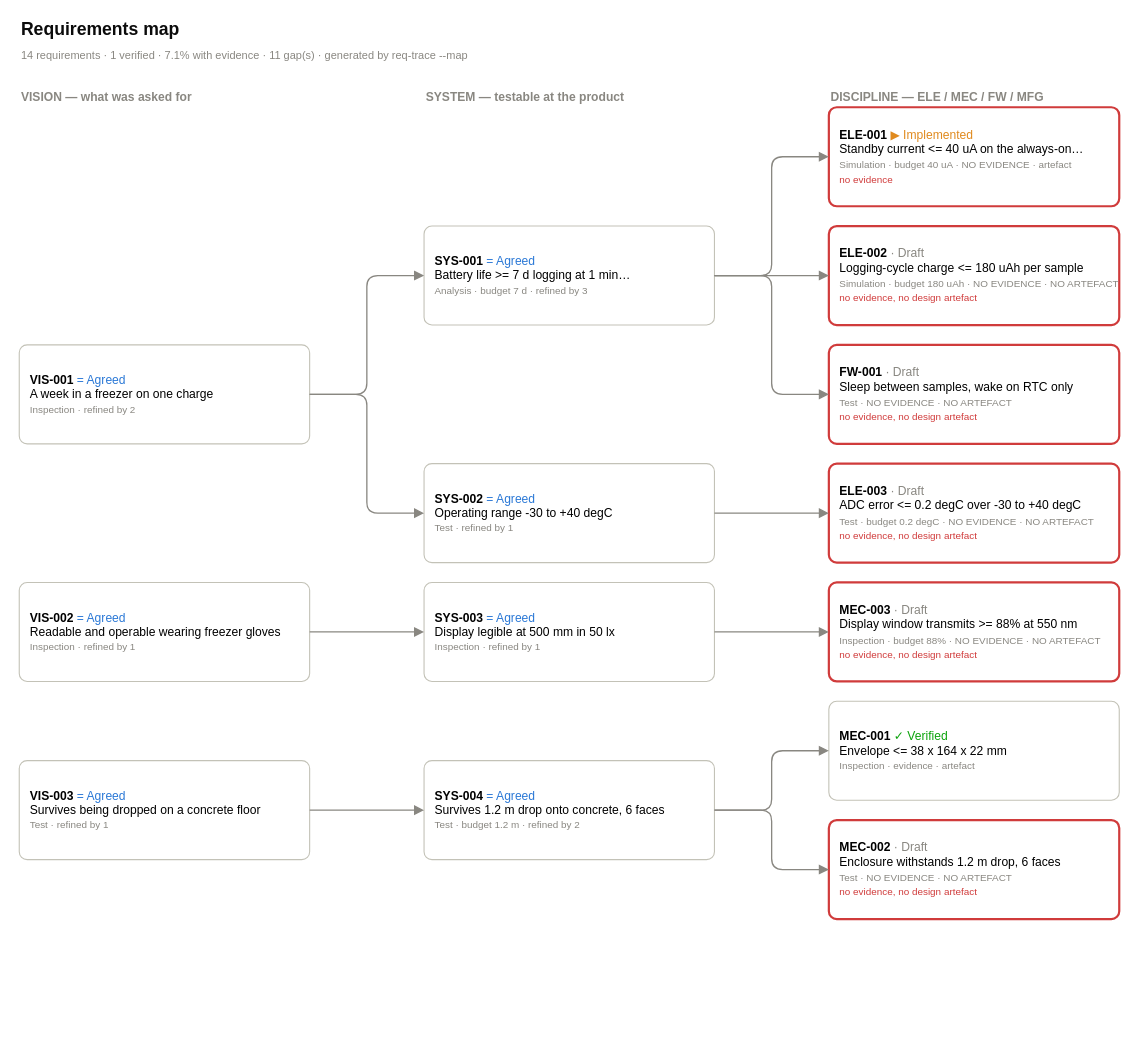
Earlier version of the draw.io diagram examples/thermal-probe/docs/design/requirements-map.drawio (Harwasch/MakeHardware). Source tidied: cells renumbered, new cells numbered last; positions are measured from the earlier drawing's top-left corner, leaving out a move shared by most shapes. Both pictures are drawn from the tidied source at 110%, with x=0, y=0 at pixel (19, 19).
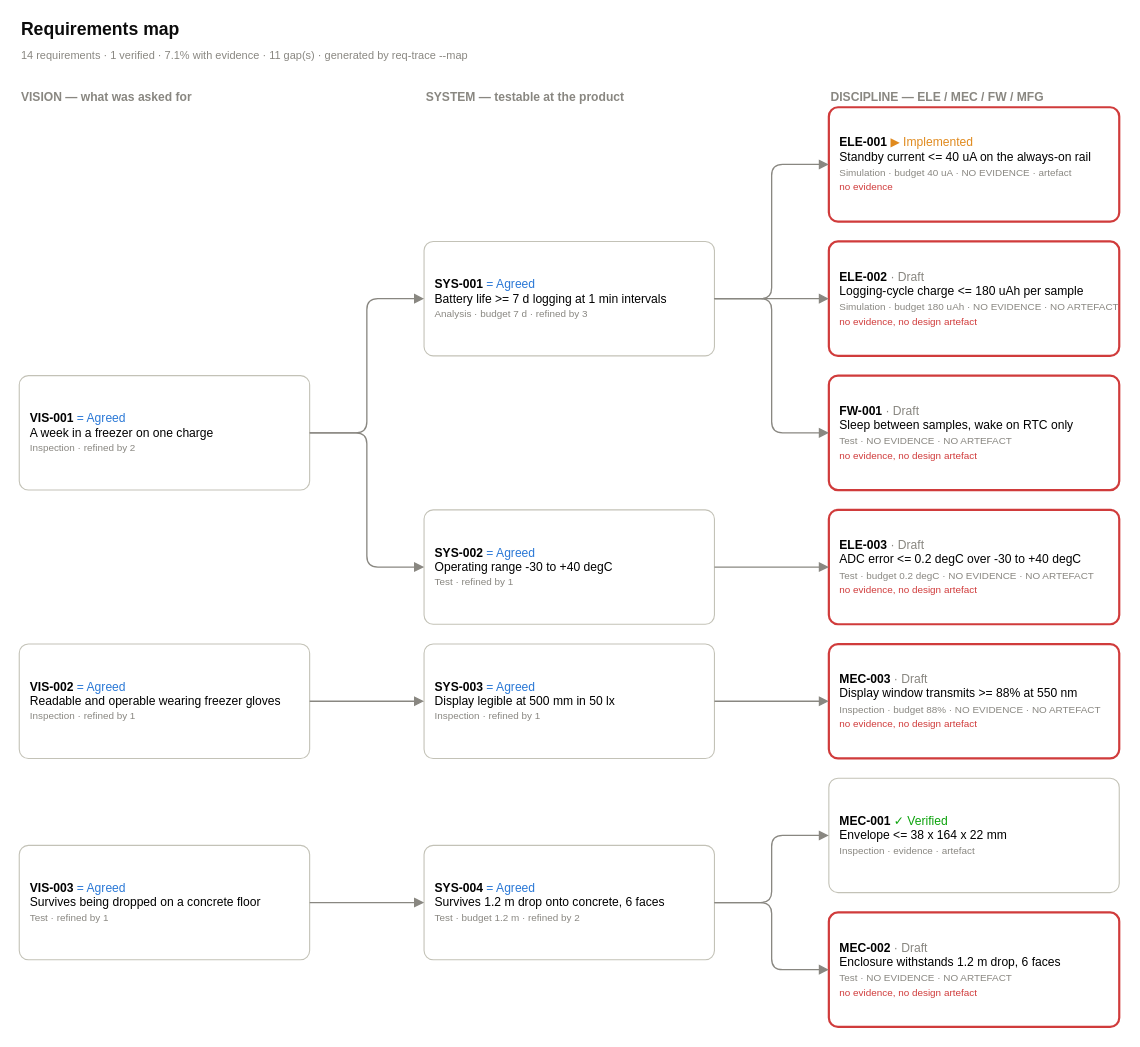
The same page after the edit.

What changed in the source:
```diff
@@
     <mxCell id="7" value="&lt;b&gt;VIS-001&lt;/b&gt;  &lt;font color=&quot;#2a78d6&quot;&gt;= Agreed&lt;/font&gt;&lt;br/&gt;A week in a freezer on one charge&lt;br/&gt;&lt;font color=&quot;#898781&quot; style=&quot;font-size:9px&quot;&gt;Inspection · refined by 2&lt;/font&gt;" style="rounded=1;whiteSpace=wrap;html=1;fillColor=#ffffff;strokeColor=#c3c2b7;strokeWidth=1;align=left;spacingLeft=8;verticalAlign=middle;fontSize=11;arcSize=8;" parent="1" vertex="1">
-      <mxGeometry y="296" width="264" height="90" as="geometry" />
+      <mxGeometry y="324" width="264" height="104" as="geometry" />
     </mxCell>
     <mxCell id="8" value="&lt;b&gt;VIS-002&lt;/b&gt;  &lt;font color=&quot;#2a78d6&quot;&gt;= Agreed&lt;/font&gt;&lt;br/&gt;Readable and operable wearing freezer gloves&lt;br/&gt;&lt;font color=&quot;#898781&quot; style=&quot;font-size:9px&quot;&gt;Inspection · refined by 1&lt;/font&gt;" style="rounded=1;whiteSpace=wrap;html=1;fillColor=#ffffff;strokeColor=#c3c2b7;strokeWidth=1;align=left;spacingLeft=8;verticalAlign=middle;fontSize=11;arcSize=8;" parent="1" vertex="1">
-      <mxGeometry y="512" width="264" height="90" as="geometry" />
+      <mxGeometry y="568" width="264" height="104" as="geometry" />
     </mxCell>
     <mxCell id="9" value="&lt;b&gt;VIS-003&lt;/b&gt;  &lt;font color=&quot;#2a78d6&quot;&gt;= Agreed&lt;/font&gt;&lt;br/&gt;Survives being dropped on a concrete floor&lt;br/&gt;&lt;font color=&quot;#898781&quot; style=&quot;font-size:9px&quot;&gt;Test · refined by 1&lt;/font&gt;" style="rounded=1;whiteSpace=wrap;html=1;fillColor=#ffffff;strokeColor=#c3c2b7;strokeWidth=1;align=left;spacingLeft=8;verticalAlign=middle;fontSize=11;arcSize=8;" parent="1" vertex="1">
-      <mxGeometry y="674" width="264" height="90" as="geometry" />
+      <mxGeometry y="751" width="264" height="104" as="geometry" />
     </mxCell>
-    <mxCell id="10" value="&lt;b&gt;SYS-001&lt;/b&gt;  &lt;font color=&quot;#2a78d6&quot;&gt;= Agreed&lt;/font&gt;&lt;br/&gt;Battery life &amp;gt;= 7 d logging at 1 min…&lt;br/&gt;&lt;font color=&quot;#898781&quot; style=&quot;font-size:9px&quot;&gt;Analysis · budget 7 d · refined by 3&lt;/font&gt;" style="rounded=1;whiteSpace=wrap;html=1;fillColor=#ffffff;strokeColor=#c3c2b7;strokeWidth=1;align=left;spacingLeft=8;verticalAlign=middle;fontSize=11;arcSize=8;" parent="1" vertex="1">
-      <mxGeometry x="368" y="188" width="264" height="90" as="geometry" />
+    <mxCell id="10" value="&lt;b&gt;SYS-001&lt;/b&gt;  &lt;font color=&quot;#2a78d6&quot;&gt;= Agreed&lt;/font&gt;&lt;br/&gt;Battery life &amp;gt;= 7 d logging at 1 min intervals&lt;br/&gt;&lt;font color=&quot;#898781&quot; style=&quot;font-size:9px&quot;&gt;Analysis · budget 7 d · refined by 3&lt;/font&gt;" style="rounded=1;whiteSpace=wrap;html=1;fillColor=#ffffff;strokeColor=#c3c2b7;strokeWidth=1;align=left;spacingLeft=8;verticalAlign=middle;fontSize=11;arcSize=8;" parent="1" vertex="1">
+      <mxGeometry x="368" y="202" width="264" height="104" as="geometry" />
     </mxCell>
     <mxCell id="11" value="&lt;b&gt;SYS-002&lt;/b&gt;  &lt;font color=&quot;#2a78d6&quot;&gt;= Agreed&lt;/font&gt;&lt;br/&gt;Operating range -30 to +40 degC&lt;br/&gt;&lt;font color=&quot;#898781&quot; style=&quot;font-size:9px&quot;&gt;Test · refined by 1&lt;/font&gt;" style="rounded=1;whiteSpace=wrap;html=1;fillColor=#ffffff;strokeColor=#c3c2b7;strokeWidth=1;align=left;spacingLeft=8;verticalAlign=middle;fontSize=11;arcSize=8;" parent="1" vertex="1">
-      <mxGeometry x="368" y="404" width="264" height="90" as="geometry" />
+      <mxGeometry x="368" y="446" width="264" height="104" as="geometry" />
     </mxCell>
     <mxCell id="12" value="&lt;b&gt;SYS-003&lt;/b&gt;  &lt;font color=&quot;#2a78d6&quot;&gt;= Agreed&lt;/font&gt;&lt;br/&gt;Display legible at 500 mm in 50 lx&lt;br/&gt;&lt;font color=&quot;#898781&quot; style=&quot;font-size:9px&quot;&gt;Inspection · refined by 1&lt;/font&gt;" style="rounded=1;whiteSpace=wrap;html=1;fillColor=#ffffff;strokeColor=#c3c2b7;strokeWidth=1;align=left;spacingLeft=8;verticalAlign=middle;fontSize=11;arcSize=8;" parent="1" vertex="1">
-      <mxGeometry x="368" y="512" width="264" height="90" as="geometry" />
+      <mxGeometry x="368" y="568" width="264" height="104" as="geometry" />
     </mxCell>
     <mxCell id="13" value="&lt;b&gt;SYS-004&lt;/b&gt;  &lt;font color=&quot;#2a78d6&quot;&gt;= Agreed&lt;/font&gt;&lt;br/&gt;Survives 1.2 m drop onto concrete, 6 faces&lt;br/&gt;&lt;font color=&quot;#898781&quot; style=&quot;font-size:9px&quot;&gt;Test · budget 1.2 m · refined by 2&lt;/font&gt;" style="rounded=1;whiteSpace=wrap;html=1;fillColor=#ffffff;strokeColor=#c3c2b7;strokeWidth=1;align=left;spacingLeft=8;verticalAlign=middle;fontSize=11;arcSize=8;" parent="1" vertex="1">
-      <mxGeometry x="368" y="674" width="264" height="90" as="geometry" />
+      <mxGeometry x="368" y="751" width="264" height="104" as="geometry" />
     </mxCell>
-    <mxCell id="14" value="&lt;b&gt;ELE-001&lt;/b&gt;  &lt;font color=&quot;#e08a1e&quot;&gt;▶ Implemented&lt;/font&gt;&lt;br/&gt;Standby current &amp;lt;= 40 uA on the always-on…&lt;br/&gt;&lt;font color=&quot;#898781&quot; style=&quot;font-size:9px&quot;&gt;Simulation · budget 40 uA · NO EVIDENCE · artefact&lt;/font&gt;&lt;br/&gt;&lt;font color=&quot;#d03b3b&quot; style=&quot;font-size:9px&quot;&gt;no evidence&lt;/font&gt;" style="rounded=1;whiteSpace=wrap;html=1;fillColor=#ffffff;strokeColor=#d03b3b;strokeWidth=2;align=left;spacingLeft=8;verticalAlign=middle;fontSize=11;arcSize=8;" parent="1" vertex="1">
-      <mxGeometry x="736" y="80" width="264" height="90" as="geometry" />
+    <mxCell id="14" value="&lt;b&gt;ELE-001&lt;/b&gt;  &lt;font color=&quot;#e08a1e&quot;&gt;▶ Implemented&lt;/font&gt;&lt;br/&gt;Standby current &amp;lt;= 40 uA on the always-on rail&lt;br/&gt;&lt;font color=&quot;#898781&quot; style=&quot;font-size:9px&quot;&gt;Simulation · budget 40 uA · NO EVIDENCE · artefact&lt;/font&gt;&lt;br/&gt;&lt;font color=&quot;#d03b3b&quot; style=&quot;font-size:9px&quot;&gt;no evidence&lt;/font&gt;" style="rounded=1;whiteSpace=wrap;html=1;fillColor=#ffffff;strokeColor=#d03b3b;strokeWidth=2;align=left;spacingLeft=8;verticalAlign=middle;fontSize=11;arcSize=8;" parent="1" vertex="1">
+      <mxGeometry x="736" y="80" width="264" height="104" as="geometry" />
     </mxCell>
     <mxCell id="15" value="&lt;b&gt;ELE-002&lt;/b&gt;  &lt;font color=&quot;#898781&quot;&gt;· Draft&lt;/font&gt;&lt;br/&gt;Logging-cycle charge &amp;lt;= 180 uAh per sample&lt;br/&gt;&lt;font color=&quot;#898781&quot; style=&quot;font-size:9px&quot;&gt;Simulation · budget 180 uAh · NO EVIDENCE · NO ARTEFACT&lt;/font&gt;&lt;br/&gt;&lt;font color=&quot;#d03b3b&quot; style=&quot;font-size:9px&quot;&gt;no evidence, no design artefact&lt;/font&gt;" style="rounded=1;whiteSpace=wrap;html=1;fillColor=#ffffff;strokeColor=#d03b3b;strokeWidth=2;align=left;spacingLeft=8;verticalAlign=middle;fontSize=11;arcSize=8;" parent="1" vertex="1">
-      <mxGeometry x="736" y="188" width="264" height="90" as="geometry" />
+      <mxGeometry x="736" y="202" width="264" height="104" as="geometry" />
     </mxCell>
     <mxCell id="16" value="&lt;b&gt;ELE-003&lt;/b&gt;  &lt;font color=&quot;#898781&quot;&gt;· Draft&lt;/font&gt;&lt;br/&gt;ADC error &amp;lt;= 0.2 degC over -30 to +40 degC&lt;br/&gt;&lt;font color=&quot;#898781&quot; style=&quot;font-size:9px&quot;&gt;Test · budget 0.2 degC · NO EVIDENCE · NO ARTEFACT&lt;/font&gt;&lt;br/&gt;&lt;font color=&quot;#d03b3b&quot; style=&quot;font-size:9px&quot;&gt;no evidence, no design artefact&lt;/font&gt;" style="rounded=1;whiteSpace=wrap;html=1;fillColor=#ffffff;strokeColor=#d03b3b;strokeWidth=2;align=left;spacingLeft=8;verticalAlign=middle;fontSize=11;arcSize=8;" parent="1" vertex="1">
-      <mxGeometry x="736" y="404" width="264" height="90" as="geometry" />
+      <mxGeometry x="736" y="446" width="264" height="104" as="geometry" />
     </mxCell>
     <mxCell id="17" value="&lt;b&gt;MEC-001&lt;/b&gt;  &lt;font color=&quot;#0ca30c&quot;&gt;✓ Verified&lt;/font&gt;&lt;br/&gt;Envelope &amp;lt;= 38 x 164 x 22 mm&lt;br/&gt;&lt;font color=&quot;#898781&quot; style=&quot;font-size:9px&quot;&gt;Inspection · evidence · artefact&lt;/font&gt;" style="rounded=1;whiteSpace=wrap;html=1;fillColor=#ffffff;strokeColor=#c3c2b7;strokeWidth=1;align=left;spacingLeft=8;verticalAlign=middle;fontSize=11;arcSize=8;" parent="1" vertex="1">
-      <mxGeometry x="736" y="620" width="264" height="90" as="geometry" />
+      <mxGeometry x="736" y="690" width="264" height="104" as="geometry" />
     </mxCell>
     <mxCell id="18" value="&lt;b&gt;MEC-002&lt;/b&gt;  &lt;font color=&quot;#898781&quot;&gt;· Draft&lt;/font&gt;&lt;br/&gt;Enclosure withstands 1.2 m drop, 6 faces&lt;br/&gt;&lt;font color=&quot;#898781&quot; style=&quot;font-size:9px&quot;&gt;Test · NO EVIDENCE · NO ARTEFACT&lt;/font&gt;&lt;br/&gt;&lt;font color=&quot;#d03b3b&quot; style=&quot;font-size:9px&quot;&gt;no evidence, no design artefact&lt;/font&gt;" style="rounded=1;whiteSpace=wrap;html=1;fillColor=#ffffff;strokeColor=#d03b3b;strokeWidth=2;align=left;spacingLeft=8;verticalAlign=middle;fontSize=11;arcSize=8;" parent="1" vertex="1">
-      <mxGeometry x="736" y="728" width="264" height="90" as="geometry" />
+      <mxGeometry x="736" y="812" width="264" height="104" as="geometry" />
     </mxCell>
     <mxCell id="19" value="&lt;b&gt;MEC-003&lt;/b&gt;  &lt;font color=&quot;#898781&quot;&gt;· Draft&lt;/font&gt;&lt;br/&gt;Display window transmits &amp;gt;= 88% at 550 nm&lt;br/&gt;&lt;font color=&quot;#898781&quot; style=&quot;font-size:9px&quot;&gt;Inspection · budget 88% · NO EVIDENCE · NO ARTEFACT&lt;/font&gt;&lt;br/&gt;&lt;font color=&quot;#d03b3b&quot; style=&quot;font-size:9px&quot;&gt;no evidence, no design artefact&lt;/font&gt;" style="rounded=1;whiteSpace=wrap;html=1;fillColor=#ffffff;strokeColor=#d03b3b;strokeWidth=2;align=left;spacingLeft=8;verticalAlign=middle;fontSize=11;arcSize=8;" parent="1" vertex="1">
-      <mxGeometry x="736" y="512" width="264" height="90" as="geometry" />
+      <mxGeometry x="736" y="568" width="264" height="104" as="geometry" />
     </mxCell>
     <mxCell id="20" value="&lt;b&gt;FW-001&lt;/b&gt;  &lt;font color=&quot;#898781&quot;&gt;· Draft&lt;/font&gt;&lt;br/&gt;Sleep between samples, wake on RTC only&lt;br/&gt;&lt;font color=&quot;#898781&quot; style=&quot;font-size:9px&quot;&gt;Test · NO EVIDENCE · NO ARTEFACT&lt;/font&gt;&lt;br/&gt;&lt;font color=&quot;#d03b3b&quot; style=&quot;font-size:9px&quot;&gt;no evidence, no design artefact&lt;/font&gt;" style="rounded=1;whiteSpace=wrap;html=1;fillColor=#ffffff;strokeColor=#d03b3b;strokeWidth=2;align=left;spacingLeft=8;verticalAlign=middle;fontSize=11;arcSize=8;" parent="1" vertex="1">
-      <mxGeometry x="736" y="296" width="264" height="90" as="geometry" />
+      <mxGeometry x="736" y="324" width="264" height="104" as="geometry" />
     </mxCell>
```
